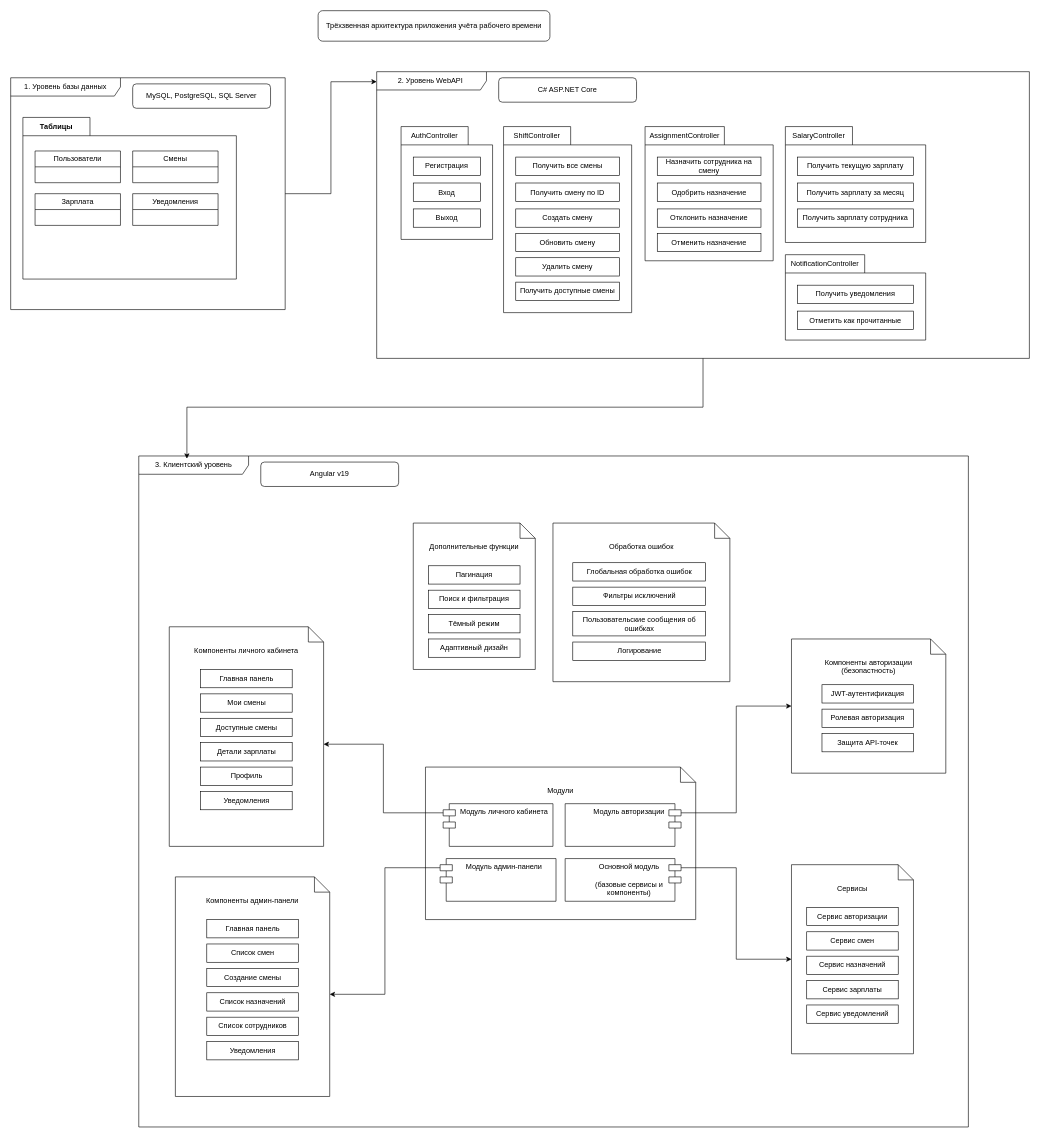
Above: Диаграммы/System_diagram.drawio in hhallva/WAMS (draw.io), before the change. Source tidied: cells renumbered, new cells numbered last; positions are measured from the earlier drawing's top-left corner, leaving out a move shared by most shapes. Both pictures are drawn from the tidied source at 61%, with x=0, y=0 at pixel (10, 10).
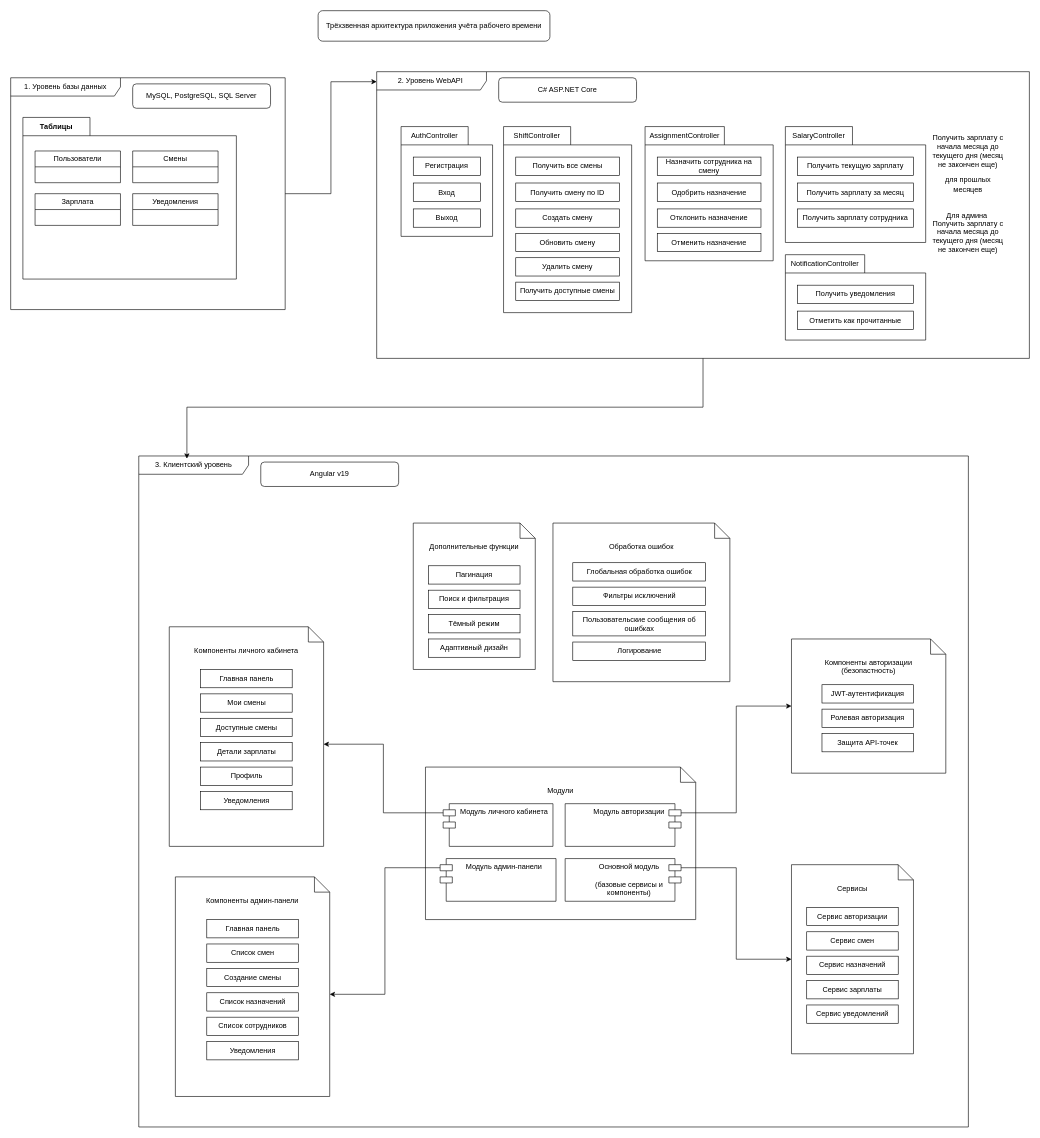
Above is the later version.

Commit message:
Обновление диаграммы системы

Change to the diagram source:
```diff
@@
     <mxCell id="20" value="&lt;span style=&quot;font-weight: 400; text-align: left;&quot;&gt;AuthController&lt;/span&gt;" style="shape=folder;fontStyle=1;tabWidth=110;tabHeight=30;tabPosition=left;html=1;boundedLbl=1;labelInHeader=1;whiteSpace=wrap;" parent="1" vertex="1">
-      <mxGeometry x="640" y="190" width="150" height="185" as="geometry" />
+      <mxGeometry x="640" y="190" width="150" height="180" as="geometry" />
     </mxCell>
@@
+    <mxCell id="98" value="Получить зарплату с начала месяца до текущего дня (месяц не закончен еще)" style="text;html=1;align=center;verticalAlign=middle;whiteSpace=wrap;rounded=0;" parent="1" vertex="1">
+      <mxGeometry x="1510" y="220" width="119" height="20" as="geometry" />
+    </mxCell>
+    <mxCell id="99" value="для прошлых месяцев" style="text;html=1;align=center;verticalAlign=middle;whiteSpace=wrap;rounded=0;" parent="1" vertex="1">
+      <mxGeometry x="1510" y="275" width="119" height="20" as="geometry" />
+    </mxCell>
+    <mxCell id="100" value="Для админа&amp;nbsp;&lt;div&gt;&lt;br/&gt;&lt;/div&gt;" style="text;html=1;align=center;verticalAlign=middle;whiteSpace=wrap;rounded=0;" parent="1" vertex="1">
+      <mxGeometry x="1510" y="332.5" width="119" height="20" as="geometry" />
+    </mxCell>
+    <mxCell id="101" value="Получить зарплату с начала месяца до текущего дня (месяц не закончен еще)" style="text;html=1;align=center;verticalAlign=middle;whiteSpace=wrap;rounded=0;" parent="1" vertex="1">
+      <mxGeometry x="1510" y="360" width="119" height="20" as="geometry" />
+    </mxCell>
```
